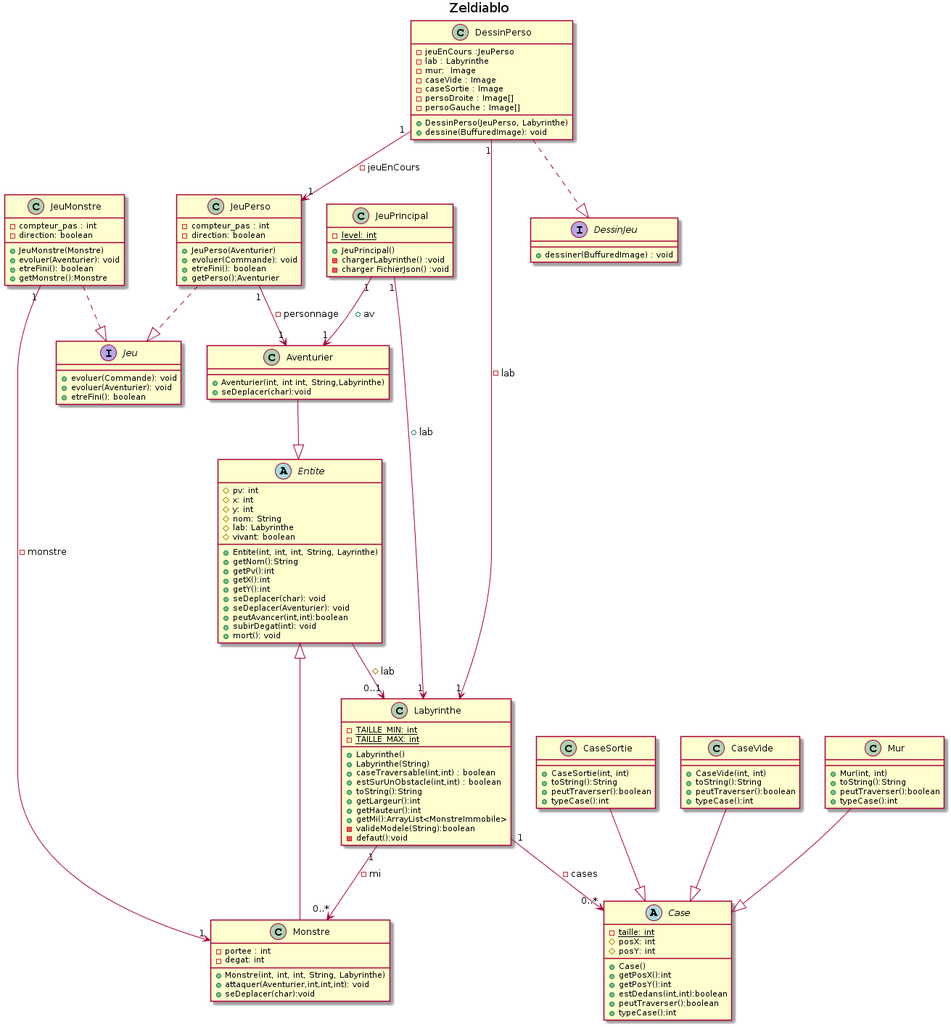
The PlantUML diagram documents/version_04/diagramme_class/DiagrammeV4.png in LoickNosal/2019_COO_Zeldiablo_Nosal9u_Demang146u_Sousa12u_Gsell5u, before a commit.
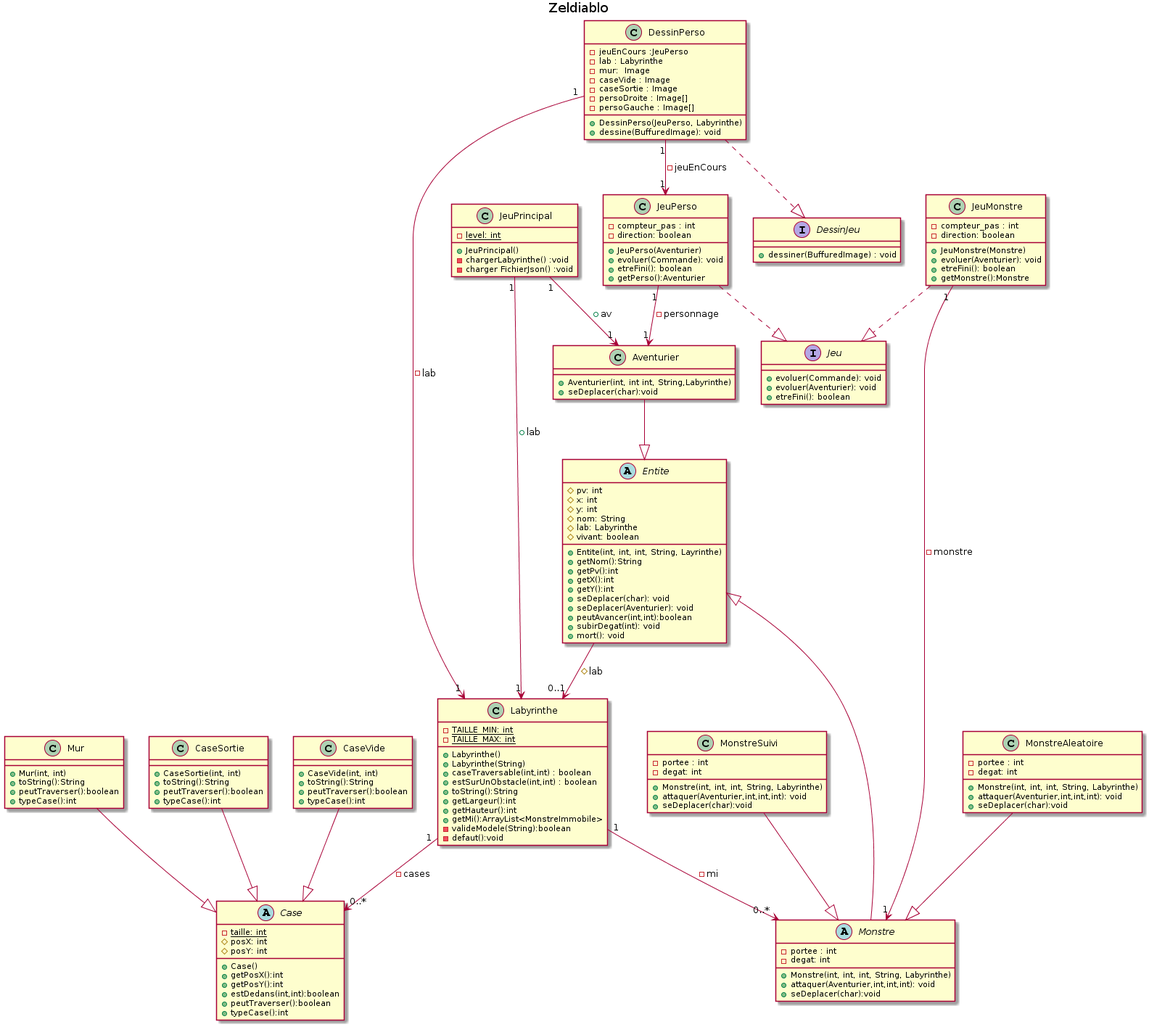
The same file after the commit.

Commit message:
modification diagramme de Classe V4

Change to the diagram source:
```diff
@@ -63,7 +63,23 @@
     -defaut():void
 }
 
-class Monstre {
+abstract Monstre {
+    -portee : int
+    -degat: int
+    +Monstre(int, int, int, String, Labyrinthe)
+    +attaquer(Aventurier,int,int,int): void
+    +seDeplacer(char):void
+}
+
+class MonstreAleatoire {
+    -portee : int
+    -degat: int
+    +Monstre(int, int, int, String, Labyrinthe)
+    +attaquer(Aventurier,int,int,int): void
+    +seDeplacer(char):void
+}
+
+class MonstreSuivi {
     -portee : int
     -degat: int
     +Monstre(int, int, int, String, Labyrinthe)
@@ -158,4 +174,8 @@
 Mur --|> Case
 
 CaseSortie--|> Case
+
+MonstreAleatoire--|> Monstre
+
+MonstreSuivi--|> Monstre
 @enduml
```
